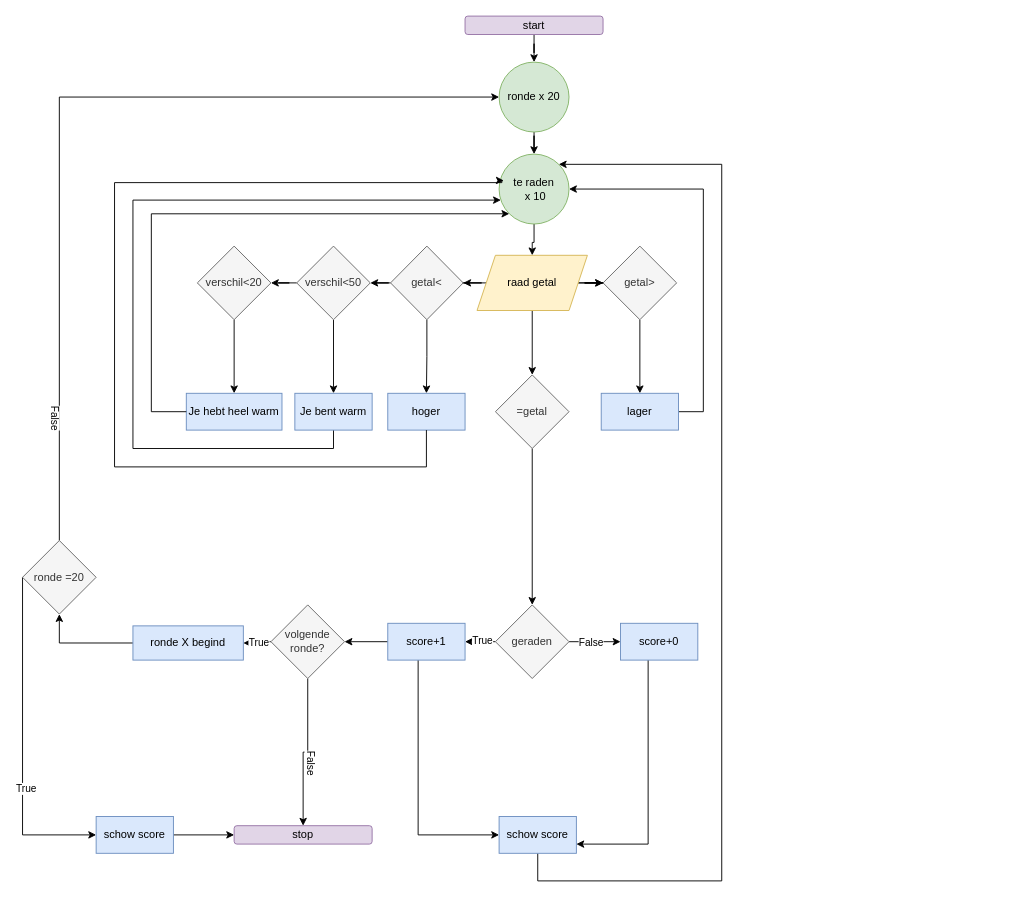
This is module_3/deel_2/Diagram zonder titel.drawio from RuoFeng207/leren_programmeren, a draw.io file, before an edit. Source tidied: cells renumbered, new cells numbered last; positions are measured from the earlier drawing's top-left corner, leaving out a move shared by most shapes. Both pictures are drawn from the tidied source at 92%, with x=0, y=0 at pixel (22, 16).
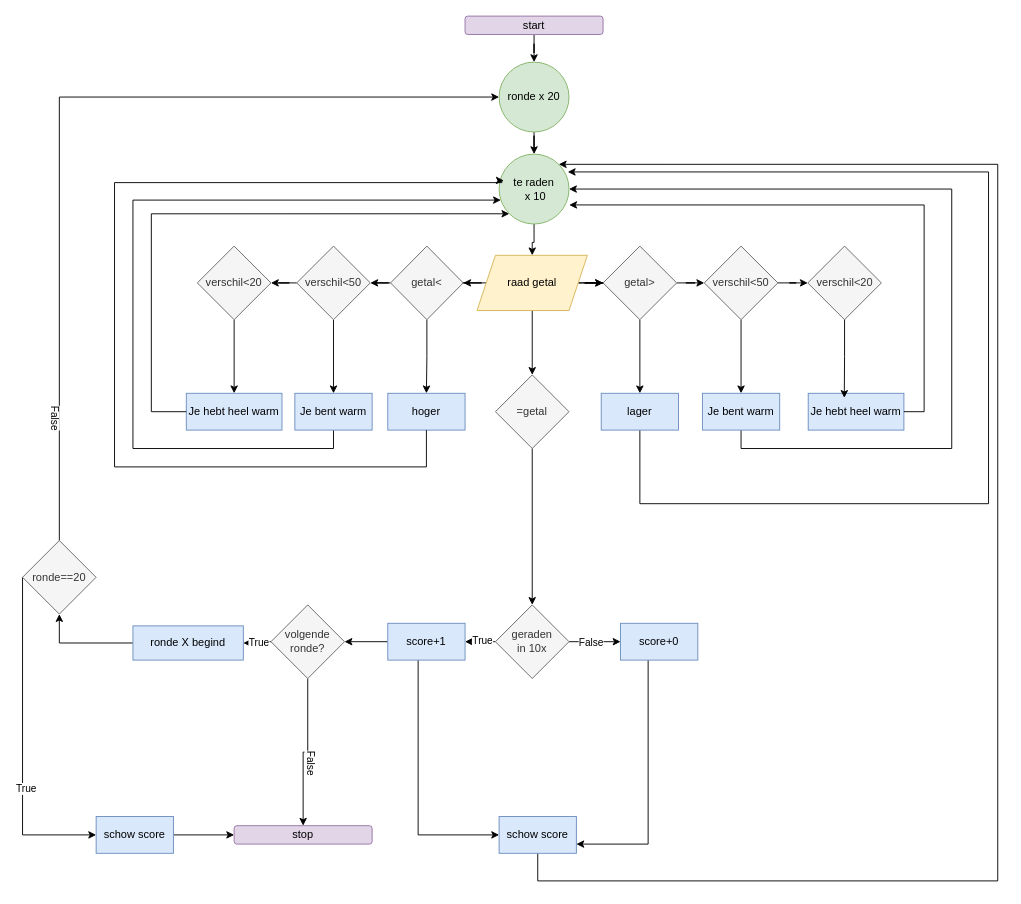
After the change.

The change refers to these unchanged cells:
```xml
<mxCell id="10" value="getal&amp;gt;" style="rhombus;whiteSpace=wrap;html=1;fillColor=#f5f5f5;fontColor=#333333;strokeColor=#666666;" parent="1" vertex="1">
  <mxGeometry x="631" y="250" width="80" height="80" as="geometry" />
</mxCell>
<mxCell id="28" value="&lt;div&gt;te raden&lt;/div&gt;&lt;div&gt;&amp;nbsp;x 10&lt;/div&gt;" style="ellipse;whiteSpace=wrap;html=1;fillColor=#d5e8d4;strokeColor=#82b366;" parent="1" vertex="1">
  <mxGeometry x="518" y="150" width="76" height="76" as="geometry" />
</mxCell>
<mxCell id="40" value="lager" style="rounded=0;whiteSpace=wrap;html=1;fillColor=#dae8fc;strokeColor=#6c8ebf;" parent="1" vertex="1">
  <mxGeometry x="629" y="410" width="84" height="40" as="geometry" />
</mxCell>
<mxCell id="57" value="schow score" style="rounded=0;whiteSpace=wrap;html=1;fillColor=#dae8fc;strokeColor=#6c8ebf;" parent="1" vertex="1">
  <mxGeometry x="518" y="870" width="84" height="40" as="geometry" />
</mxCell>
```

The edit, as a diff of the source:
```diff
@@
+    <mxCell id="60" style="edgeStyle=orthogonalEdgeStyle;rounded=0;jettySize=auto;html=1;" parent="1" edge="1" source="10" target="63">
+      <mxGeometry relative="1" as="geometry" />
+    </mxCell>
@@
-    <mxCell id="39" style="edgeStyle=orthogonalEdgeStyle;rounded=0;jettySize=auto;html=1;entryX=1;entryY=0.5;entryDx=0;entryDy=0;" parent="1" edge="1" source="40" target="28">
+    <mxCell id="39" style="edgeStyle=orthogonalEdgeStyle;rounded=0;jettySize=auto;html=1;entryX=0.982;entryY=0.255;entryDx=0;entryDy=0;entryPerimeter=0;" parent="1" edge="1" source="40" target="28">
       <mxGeometry relative="1" as="geometry">
         <Array as="points">
-          <mxPoint x="740" y="430" />
-          <mxPoint x="740" y="188" />
+          <mxPoint x="671" y="530" />
+          <mxPoint x="1050" y="530" />
+          <mxPoint x="1050" y="170" />
         </Array>
       </mxGeometry>
     </mxCell>
@@
-    <mxCell id="43" value="geraden" style="rhombus;whiteSpace=wrap;html=1;fillColor=#f5f5f5;fontColor=#333333;strokeColor=#666666;" parent="1" vertex="1">
+    <mxCell id="43" value="geraden&lt;div&gt;in 10x&lt;/div&gt;" style="rhombus;whiteSpace=wrap;html=1;fillColor=#f5f5f5;fontColor=#333333;strokeColor=#666666;" parent="1" vertex="1">
       <mxGeometry x="514" y="640" width="80" height="80" as="geometry" />
     </mxCell>
@@
-    <mxCell id="55" value="ronde =20" style="rhombus;whiteSpace=wrap;html=1;fillColor=#f5f5f5;fontColor=#333333;strokeColor=#666666;" parent="1" vertex="1">
+    <mxCell id="55" value="ronde==20" style="rhombus;whiteSpace=wrap;html=1;fillColor=#f5f5f5;fontColor=#333333;strokeColor=#666666;" parent="1" vertex="1">
       <mxGeometry y="570" width="80" height="80" as="geometry" />
     </mxCell>
     <mxCell id="56" style="edgeStyle=orthogonalEdgeStyle;rounded=0;jettySize=auto;html=1;entryX=1;entryY=0;entryDx=0;entryDy=0;" parent="1" edge="1" source="57" target="28">
       <mxGeometry relative="1" as="geometry">
         <Array as="points">
           <mxPoint x="560" y="940" />
-          <mxPoint x="760" y="940" />
-          <mxPoint x="760" y="161" />
+          <mxPoint x="1060" y="940" />
+          <mxPoint x="1060" y="161" />
         </Array>
       </mxGeometry>
     </mxCell>
@@
+    <mxCell id="61" style="edgeStyle=orthogonalEdgeStyle;rounded=0;jettySize=auto;html=1;entryX=0.5;entryY=0;entryDx=0;entryDy=0;" parent="1" edge="1" source="63" target="65">
+      <mxGeometry relative="1" as="geometry" />
+    </mxCell>
+    <mxCell id="62" style="edgeStyle=orthogonalEdgeStyle;rounded=0;jettySize=auto;html=1;" parent="1" edge="1" source="63" target="66">
+      <mxGeometry relative="1" as="geometry" />
+    </mxCell>
+    <mxCell id="63" value="verschil&amp;lt;50" style="rhombus;whiteSpace=wrap;html=1;fillColor=#f5f5f5;fontColor=#333333;strokeColor=#666666;" parent="1" vertex="1">
+      <mxGeometry x="741" y="250" width="80" height="80" as="geometry" />
+    </mxCell>
+    <mxCell id="64" style="edgeStyle=orthogonalEdgeStyle;rounded=0;jettySize=auto;html=1;entryX=1;entryY=0.5;entryDx=0;entryDy=0;exitX=0.5;exitY=1;exitDx=0;exitDy=0;" parent="1" edge="1" source="65" target="28">
+      <mxGeometry relative="1" as="geometry">
+        <Array as="points">
+          <mxPoint x="781" y="470" />
+          <mxPoint x="1010" y="470" />
+          <mxPoint x="1010" y="188" />
+        </Array>
+      </mxGeometry>
+    </mxCell>
+    <mxCell id="65" value="Je bent warm" style="rounded=0;whiteSpace=wrap;html=1;fillColor=#dae8fc;strokeColor=#6c8ebf;" parent="1" vertex="1">
+      <mxGeometry x="739" y="410" width="84" height="40" as="geometry" />
+    </mxCell>
+    <mxCell id="66" value="verschil&amp;lt;20" style="rhombus;whiteSpace=wrap;html=1;fillColor=#f5f5f5;fontColor=#333333;strokeColor=#666666;" parent="1" vertex="1">
+      <mxGeometry x="853.5" y="250" width="80" height="80" as="geometry" />
+    </mxCell>
+    <mxCell id="67" value="Je hebt heel warm" style="rounded=0;whiteSpace=wrap;html=1;fillColor=#dae8fc;strokeColor=#6c8ebf;" parent="1" vertex="1">
+      <mxGeometry x="854" y="410" width="104" height="40" as="geometry" />
+    </mxCell>
+    <mxCell id="68" style="edgeStyle=orthogonalEdgeStyle;rounded=0;jettySize=auto;html=1;entryX=0.377;entryY=0.125;entryDx=0;entryDy=0;entryPerimeter=0;" parent="1" edge="1" source="66" target="67">
+      <mxGeometry relative="1" as="geometry" />
+    </mxCell>
+    <mxCell id="69" style="edgeStyle=orthogonalEdgeStyle;rounded=0;jettySize=auto;html=1;entryX=1.003;entryY=0.727;entryDx=0;entryDy=0;entryPerimeter=0;" parent="1" edge="1" source="67" target="28">
+      <mxGeometry relative="1" as="geometry">
+        <Array as="points">
+          <mxPoint x="980" y="430" />
+          <mxPoint x="980" y="205" />
+        </Array>
+      </mxGeometry>
+    </mxCell>
```
